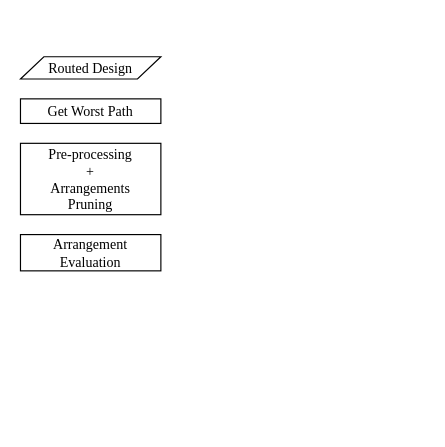
Above: page "Page-1" (1 of 2) of Untitled Diagram.drawio in roberthuang0306/tem (draw.io), before the change. Source tidied: cells renumbered, new cells numbered last; positions are measured from the earlier drawing's top-left corner, leaving out a move shared by most shapes. Both pictures are drawn from the tidied source at 117%, with x=0, y=0 at pixel (20, 56).
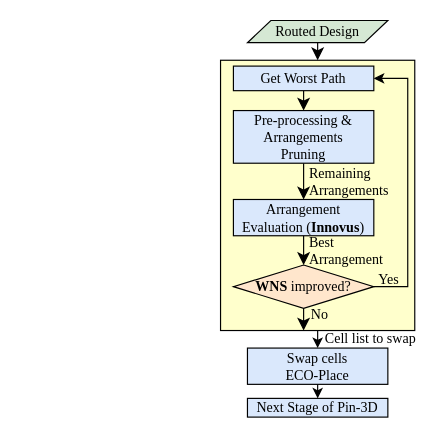
After the change.

Diff of the diagram source:
```diff
@@
+    <mxCell id="6" style="edgeStyle=orthogonalEdgeStyle;rounded=0;jettySize=auto;html=1;exitX=0.5;exitY=1;exitDx=0;exitDy=0;entryX=0.5;entryY=0;entryDx=0;entryDy=0;" parent="1" edge="1" target="25">
+      <mxGeometry relative="1" as="geometry">
+        <mxPoint x="254" y="232" as="sourcePoint" />
+      </mxGeometry>
+    </mxCell>
+    <mxCell id="7" style="rounded=0;whiteSpace=wrap;html=1;fillColor=#FFFFCC;strokeColor=#000000;" parent="1" vertex="1">
+      <mxGeometry x="171" y="3" width="166" height="231" as="geometry" />
+    </mxCell>
+    <mxCell id="8" style="edgeStyle=none;curved=1;rounded=0;jettySize=auto;html=1;exitX=0.5;exitY=1;exitDx=0;exitDy=0;entryX=0.5;entryY=0;entryDx=0;entryDy=0;fontSize=12;startSize=8;endSize=8;strokeColor=#000000;fontColor=#000000;fillColor=#ffe6cc;" parent="1" edge="1" source="2" target="7">
+      <mxGeometry relative="1" as="geometry" />
+    </mxCell>
-    <mxCell id="2" value="Routed Design" style="shape=parallelogram;perimeter=parallelogramPerimeter;whiteSpace=wrap;html=1;fixedSize=1;fontFamily=Times New Roman;" parent="1" vertex="1">
-      <mxGeometry width="120" height="19" as="geometry" />
+    <mxCell id="2" value="Routed Design" style="shape=parallelogram;perimeter=parallelogramPerimeter;whiteSpace=wrap;html=1;fixedSize=1;fontFamily=Times New Roman;fillColor=#d5e8d4;strokeColor=#000000;" parent="1" vertex="1">
+      <mxGeometry x="194" y="-31" width="120" height="19" as="geometry" />
     </mxCell>
+    <mxCell id="9" style="edgeStyle=none;curved=1;rounded=0;jettySize=auto;html=1;exitX=0.5;exitY=1;exitDx=0;exitDy=0;entryX=0.5;entryY=0;entryDx=0;entryDy=0;fontSize=12;startSize=8;endSize=8;strokeColor=#000000;fontColor=#000000;fillColor=#ffe6cc;" parent="1" edge="1" source="3" target="11">
+      <mxGeometry relative="1" as="geometry" />
+    </mxCell>
-    <mxCell id="3" value="Get Worst Path" style="rounded=0;whiteSpace=wrap;html=1;fontFamily=Times New Roman;" parent="1" vertex="1">
-      <mxGeometry y="36" width="120" height="21" as="geometry" />
+    <mxCell id="3" value="Get Worst Path" style="rounded=0;whiteSpace=wrap;html=1;fontFamily=Times New Roman;fillColor=#dae8fc;strokeColor=#000000;" parent="1" vertex="1">
+      <mxGeometry x="182" y="8" width="120" height="21" as="geometry" />
     </mxCell>
-    <mxCell id="4" value="Pre-processing&lt;div&gt;+&lt;/div&gt;&lt;div&gt;Arrangements&lt;/div&gt;&lt;div&gt;Pruning&lt;/div&gt;" style="rounded=0;whiteSpace=wrap;html=1;fontFamily=Times New Roman;" parent="1" vertex="1">
-      <mxGeometry y="74" width="120" height="61" as="geometry" />
-    </mxCell>
-    <mxCell id="5" value="Arrangement Evaluation" style="rounded=0;whiteSpace=wrap;html=1;fontFamily=Times New Roman;" parent="1" vertex="1">
-      <mxGeometry y="152" width="120" height="31" as="geometry" />
-    </mxCell>
+    <mxCell id="10" style="edgeStyle=none;curved=1;rounded=0;jettySize=auto;html=1;exitX=0.5;exitY=1;exitDx=0;exitDy=0;entryX=0.5;entryY=0;entryDx=0;entryDy=0;fontSize=12;startSize=8;endSize=8;strokeColor=#000000;fontColor=#000000;fillColor=#ffe6cc;" parent="1" edge="1" source="11" target="12">
+      <mxGeometry relative="1" as="geometry" />
+    </mxCell>
+    <mxCell id="11" value="Pre-processing &amp;amp;&lt;div&gt;Arrangements&lt;/div&gt;&lt;div&gt;Pruning&lt;/div&gt;" style="rounded=0;whiteSpace=wrap;html=1;fontFamily=Times New Roman;fillColor=#dae8fc;strokeColor=#000000;" parent="1" vertex="1">
+      <mxGeometry x="182" y="46" width="120" height="45" as="geometry" />
+    </mxCell>
+    <mxCell id="12" value="Arrangement Evaluation (&lt;b&gt;Innovus&lt;/b&gt;)" style="rounded=0;whiteSpace=wrap;html=1;fontFamily=Times New Roman;fillColor=#dae8fc;strokeColor=#000000;" parent="1" vertex="1">
+      <mxGeometry x="182" y="122" width="120" height="31" as="geometry" />
+    </mxCell>
+    <mxCell id="13" style="edgeStyle=none;curved=1;rounded=0;jettySize=auto;html=1;exitX=0.5;exitY=1;exitDx=0;exitDy=0;fontSize=12;startSize=8;endSize=8;strokeColor=#000000;fontColor=#000000;fillColor=#ffe6cc;" parent="1" edge="1" source="15">
+      <mxGeometry relative="1" as="geometry">
+        <mxPoint x="242" y="234" as="targetPoint" />
+      </mxGeometry>
+    </mxCell>
+    <mxCell id="14" style="edgeStyle=orthogonalEdgeStyle;rounded=0;jettySize=auto;html=1;exitX=1;exitY=0.5;exitDx=0;exitDy=0;entryX=1;entryY=0.5;entryDx=0;entryDy=0;" parent="1" edge="1" source="15" target="3">
+      <mxGeometry relative="1" as="geometry">
+        <Array as="points">
+          <mxPoint x="331" y="197" />
+          <mxPoint x="331" y="19" />
+        </Array>
+      </mxGeometry>
+    </mxCell>
+    <mxCell id="15" value="&lt;b&gt;WNS&lt;/b&gt; improved?" style="rhombus;whiteSpace=wrap;html=1;fontFamily=Times New Roman;fillColor=#ffe6cc;strokeColor=#000000;" parent="1" vertex="1">
+      <mxGeometry x="182" y="178" width="120" height="37" as="geometry" />
+    </mxCell>
+    <mxCell id="16" style="edgeStyle=none;curved=1;rounded=0;orthogonalLoop=1;jettySize=auto;html=1;exitX=0.5;exitY=1;exitDx=0;exitDy=0;fontSize=12;startSize=8;endSize=8;strokeColor=#000000;fontColor=#000000;fillColor=#ffe6cc;" parent="1" edge="1" source="15" target="15">
+      <mxGeometry relative="1" as="geometry" />
+    </mxCell>
+    <mxCell id="17" style="edgeStyle=none;curved=1;rounded=0;orthogonalLoop=1;jettySize=auto;html=1;exitX=0.5;exitY=0;exitDx=0;exitDy=0;fontSize=12;startSize=8;endSize=8;strokeColor=#000000;fontColor=#000000;fillColor=#ffe6cc;" parent="1" edge="1" source="15" target="15">
+      <mxGeometry relative="1" as="geometry" />
+    </mxCell>
+    <mxCell id="18" style="edgeStyle=none;curved=1;rounded=0;jettySize=auto;html=1;exitX=0.5;exitY=1;exitDx=0;exitDy=0;entryX=0.5;entryY=0;entryDx=0;entryDy=0;fontSize=12;startSize=8;endSize=8;strokeColor=#000000;fontColor=#000000;fillColor=#ffe6cc;" parent="1" edge="1" source="12" target="15">
+      <mxGeometry relative="1" as="geometry" />
+    </mxCell>
+    <mxCell id="19" value="Yes" style="text;html=1;align=center;verticalAlign=middle;whiteSpace=wrap;rounded=0;fontSize=12;fontFamily=Times New Roman;strokeColor=none;fillColor=none;" parent="1" vertex="1">
+      <mxGeometry x="285" y="176" width="60" height="30" as="geometry" />
+    </mxCell>
+    <mxCell id="20" value="No" style="text;html=1;align=center;verticalAlign=middle;whiteSpace=wrap;rounded=0;fontSize=12;fontFamily=Times New Roman;strokeColor=none;fillColor=none;" parent="1" vertex="1">
+      <mxGeometry x="226" y="206" width="60" height="30" as="geometry" />
+    </mxCell>
+    <mxCell id="21" value="&lt;font face=&quot;Times New Roman&quot;&gt;Remaining&lt;/font&gt;&lt;div&gt;&lt;font face=&quot;Times New Roman&quot;&gt;Arrangements&lt;/font&gt;&lt;/div&gt;" style="text;html=1;align=left;verticalAlign=middle;whiteSpace=wrap;rounded=0;" parent="1" vertex="1">
+      <mxGeometry x="245" y="92" width="60" height="30" as="geometry" />
+    </mxCell>
+    <mxCell id="22" value="&lt;font face=&quot;Times New Roman&quot;&gt;Best Arrangement&lt;/font&gt;" style="text;html=1;align=left;verticalAlign=middle;whiteSpace=wrap;rounded=0;" parent="1" vertex="1">
+      <mxGeometry x="245" y="151" width="67" height="30" as="geometry" />
+    </mxCell>
+    <mxCell id="23" value="Cell list to swap" style="text;html=1;align=center;verticalAlign=middle;whiteSpace=wrap;rounded=0;fontFamily=Times New Roman;" parent="1" vertex="1">
+      <mxGeometry x="254" y="226" width="91" height="30" as="geometry" />
+    </mxCell>
+    <mxCell id="24" style="edgeStyle=orthogonalEdgeStyle;rounded=0;jettySize=auto;html=1;exitX=0.5;exitY=1;exitDx=0;exitDy=0;entryX=0.5;entryY=0;entryDx=0;entryDy=0;" parent="1" edge="1" source="25" target="26">
+      <mxGeometry relative="1" as="geometry" />
+    </mxCell>
+    <mxCell id="25" value="Swap cells&lt;div&gt;ECO-Place&lt;/div&gt;" style="rounded=0;whiteSpace=wrap;html=1;fontFamily=Times New Roman;fillColor=#dae8fc;strokeColor=#000000;" parent="1" vertex="1">
+      <mxGeometry x="194" y="249" width="120" height="31" as="geometry" />
+    </mxCell>
+    <mxCell id="26" value="Next Stage of Pin-3D" style="rounded=0;whiteSpace=wrap;html=1;fontFamily=Times New Roman;fillColor=#dae8fc;strokeColor=#000000;" parent="1" vertex="1">
+      <mxGeometry x="194" y="292" width="120" height="16" as="geometry" />
+    </mxCell>
+    <mxCell id="27" style="edgeStyle=orthogonalEdgeStyle;rounded=0;orthogonalLoop=1;jettySize=auto;html=1;exitX=0.5;exitY=1;exitDx=0;exitDy=0;" parent="1" edge="1" source="26" target="26">
+      <mxGeometry relative="1" as="geometry" />
+    </mxCell>
```
